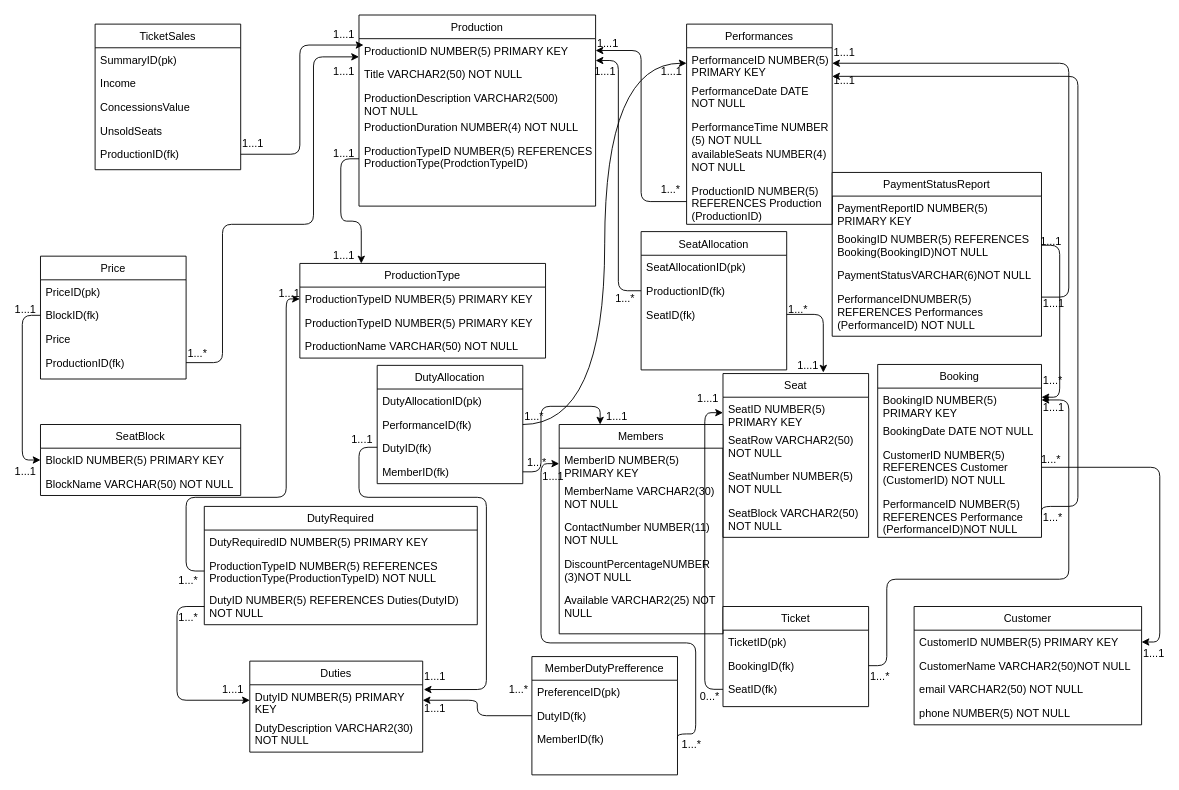
iamheetp/ecomstore keeps this draw.io diagram as Untitled Diagram.drawio. Above is the earlier version. Source tidied: cells renumbered, new cells numbered last; positions are measured from the earlier drawing's top-left corner, leaving out a move shared by most shapes. Both pictures are drawn from the tidied source at 91%, with x=0, y=0 at pixel (13, 15).
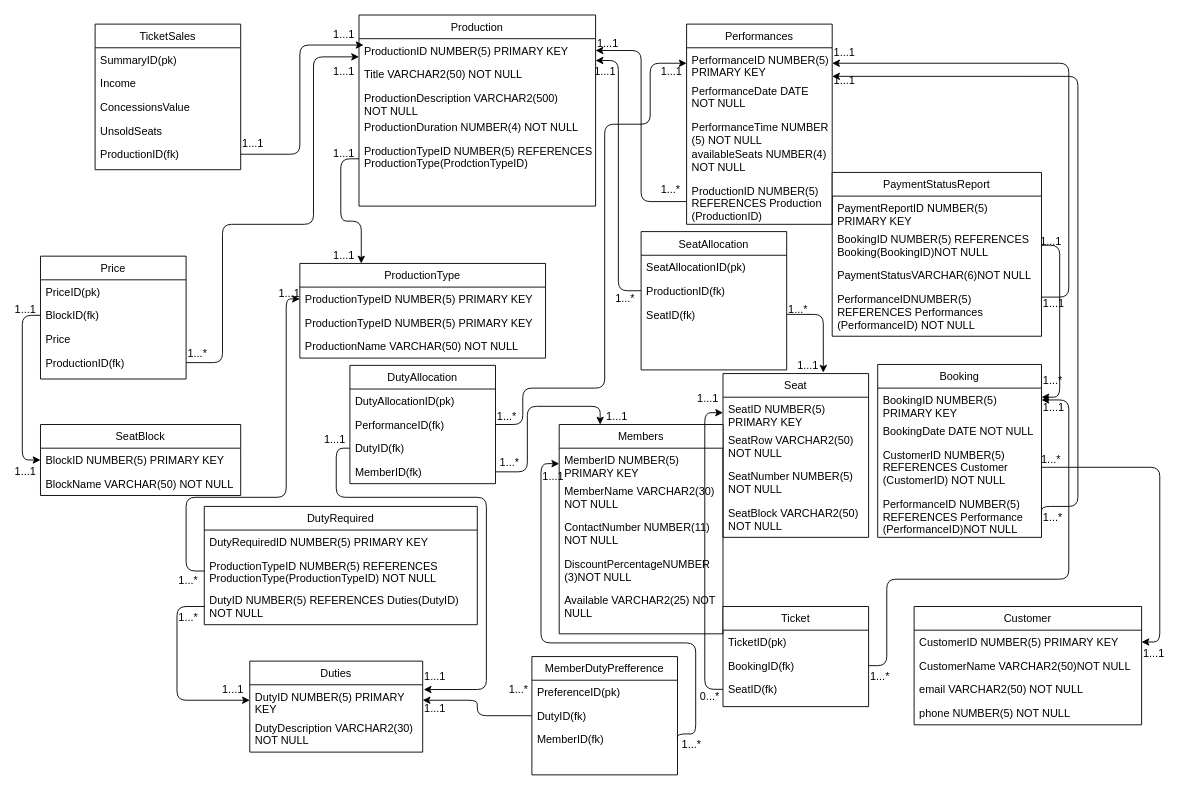
Above is the later version.

Unchanged cells that the change refers to:
```xml
<mxCell id="20" value="PerformanceID NUMBER(5)&#10;PRIMARY KEY" style="text;align=left;verticalAlign=top;spacingLeft=4;spacingRight=4;overflow=hidden;points=[[0,0.5],[1,0.5]];portConstraint=eastwest;" parent="19" vertex="1">
  <mxGeometry y="26" width="160" height="34" as="geometry" />
</mxCell>
<mxCell id="33" value="DutyID NUMBER(5) PRIMARY&#10;KEY" style="text;align=left;verticalAlign=top;spacingLeft=4;spacingRight=4;overflow=hidden;points=[[0,0.5],[1,0.5]];portConstraint=eastwest;" parent="32" vertex="1">
  <mxGeometry y="26" width="190" height="34" as="geometry" />
</mxCell>
<mxCell id="45" value="PerformanceID(fk)" style="text;align=left;verticalAlign=top;spacingLeft=4;spacingRight=4;overflow=hidden;points=[[0,0.5],[1,0.5]];portConstraint=eastwest;rounded=0;shadow=0;html=0;" parent="43" vertex="1">
  <mxGeometry y="52" width="160" height="26" as="geometry" />
</mxCell>
<mxCell id="46" value="DutyID(fk)" style="text;align=left;verticalAlign=top;spacingLeft=4;spacingRight=4;overflow=hidden;points=[[0,0.5],[1,0.5]];portConstraint=eastwest;rounded=0;shadow=0;html=0;" parent="43" vertex="1">
  <mxGeometry y="78" width="160" height="26" as="geometry" />
</mxCell>
```

What changed in the source:
```diff
@@
-    <mxCell id="31" style="edgeStyle=orthogonalEdgeStyle;rounded=1;jettySize=auto;html=1;exitX=1.006;exitY=0.154;exitDx=0;exitDy=0;curved=0;endArrow=none;endFill=0;entryX=0;entryY=0.462;entryDx=0;entryDy=0;entryPerimeter=0;exitPerimeter=0;startArrow=classic;startFill=1;" parent="1" edge="1" source="33" target="46">
+    <mxCell id="31" style="edgeStyle=orthogonalEdgeStyle;rounded=1;jettySize=auto;html=1;exitX=1.006;exitY=0.154;exitDx=0;exitDy=0;curved=0;endArrow=none;endFill=0;exitPerimeter=0;startArrow=classic;startFill=1;" parent="1" edge="1" source="33" target="46">
       <mxGeometry relative="1" as="geometry">
         <Array as="points">
           <mxPoint x="520" y="741" />
           <mxPoint x="520" y="530" />
-          <mxPoint x="380" y="530" />
-          <mxPoint x="380" y="475" />
+          <mxPoint x="355" y="530" />
+          <mxPoint x="355" y="476" />
         </Array>
       </mxGeometry>
     </mxCell>
@@
     <mxCell id="43" value="DutyAllocation" style="swimlane;fontStyle=0;align=center;verticalAlign=top;horizontal=1;startSize=26;rounded=0;shadow=0;strokeWidth=1;" parent="1" vertex="1">
-      <mxGeometry x="400" y="385" width="160" height="130" as="geometry" />
+      <mxGeometry x="370" y="385" width="160" height="130" as="geometry" />
     </mxCell>
@@
     <mxCell id="48" value="1...*" style="align=left;verticalAlign=bottom;labelBackgroundColor=none;fontSize=12;" parent="1" vertex="1">
-      <mxGeometry x="560" y="450" as="geometry" />
+      <mxGeometry x="530" y="450" as="geometry" />
     </mxCell>
@@
     <mxCell id="50" value="1...*" style="align=left;verticalAlign=bottom;labelBackgroundColor=none;fontSize=12;" parent="1" vertex="1">
-      <mxGeometry x="540" y="370" as="geometry">
+      <mxGeometry x="510" y="370" as="geometry">
         <mxPoint x="23" y="130" as="offset" />
       </mxGeometry>
     </mxCell>
@@
     <mxCell id="116" value="1...1" style="align=left;verticalAlign=bottom;labelBackgroundColor=none;fontSize=12;" parent="1" vertex="1">
-      <mxGeometry x="370" y="475" width="160" as="geometry" />
+      <mxGeometry x="340" y="475" width="160" as="geometry" />
     </mxCell>
@@
-    <mxCell id="127" style="edgeStyle=orthogonalEdgeStyle;rounded=0;jettySize=auto;html=1;curved=1;endArrow=classic;endFill=1;entryX=0;entryY=0.5;entryDx=0;entryDy=0;" parent="1" edge="1" source="45" target="20">
-      <mxGeometry relative="1" as="geometry" />
+    <mxCell id="127" style="edgeStyle=orthogonalEdgeStyle;rounded=1;jettySize=auto;html=1;curved=0;endArrow=classic;endFill=1;entryX=0;entryY=0.5;entryDx=0;entryDy=0;" parent="1" edge="1" source="45" target="20">
+      <mxGeometry relative="1" as="geometry">
+        <Array as="points">
+          <mxPoint x="560" y="450" />
+          <mxPoint x="560" y="410" />
+          <mxPoint x="650" y="410" />
+          <mxPoint x="650" y="120" />
+          <mxPoint x="700" y="120" />
+          <mxPoint x="700" y="53" />
+        </Array>
+      </mxGeometry>
     </mxCell>
```
